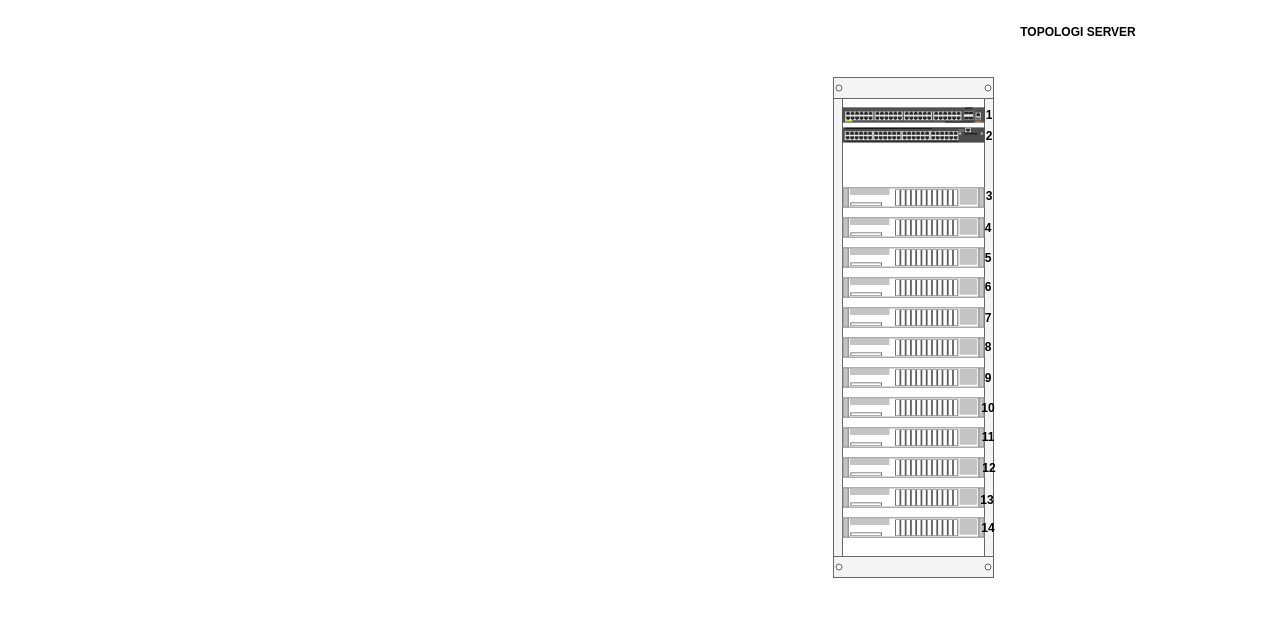
komandan/dupak keeps this draw.io diagram as bagan jaringan server.drawio. Above is the earlier version. Source tidied: cells renumbered, new cells numbered last; positions are measured from the earlier drawing's top-left corner, leaving out a move shared by most shapes. Both pictures are drawn from the tidied source at 100%, with x=0, y=0 at pixel (833, 17).
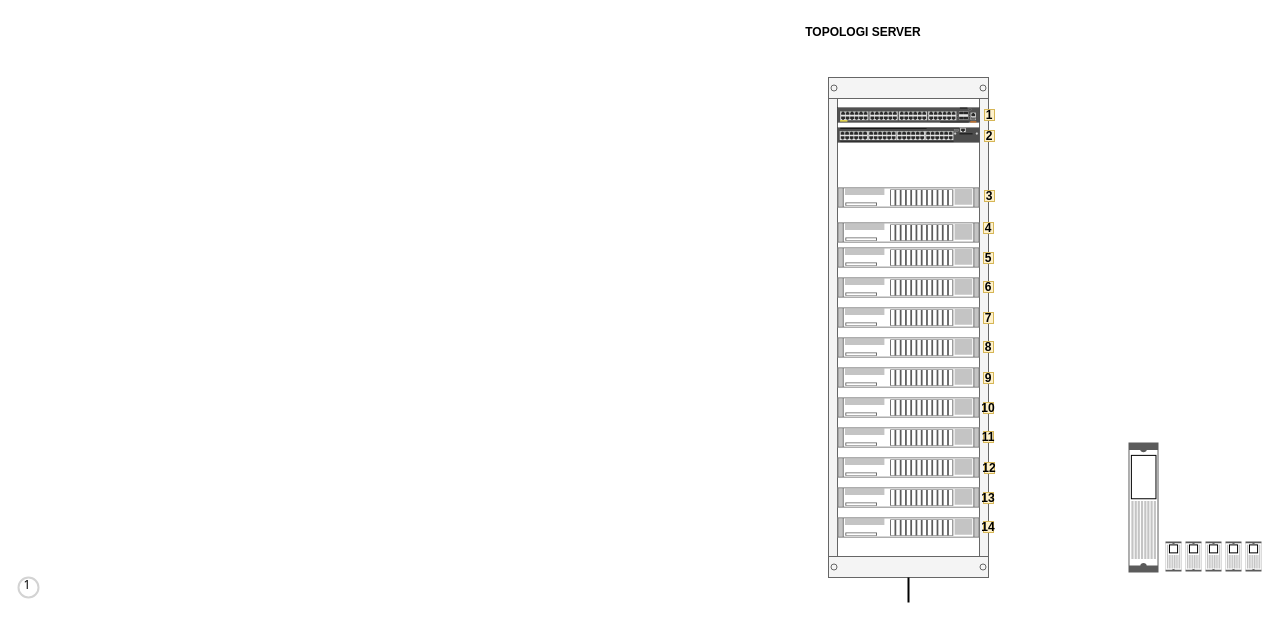
After the change.

Diff of the diagram source:
```diff
@@
     <mxCell id="2" value="TOPOLOGI SERVER " style="text;html=1;strokeColor=none;fillColor=none;align=center;verticalAlign=middle;whiteSpace=wrap;rounded=0;fontStyle=1;" parent="1" vertex="1">
-      <mxGeometry x="160" width="170" height="30" as="geometry" />
+      <mxGeometry x="-55" width="170" height="30" as="geometry" />
     </mxCell>
     <mxCell id="3" style="strokeColor=#666666;html=1;verticalLabelPosition=bottom;labelBackgroundColor=#ffffff;verticalAlign=top;shadow=0;dashed=0;shape=mxgraph.rackGeneral.container;allowGaps=1;textColor=#666666;numDisp=off;" parent="1" vertex="1">
-      <mxGeometry y="60" width="160" height="500" as="geometry" />
+      <mxGeometry x="-5" y="60" width="160" height="500" as="geometry" />
     </mxCell>
@@
     <mxCell id="6" style="shape=mxgraph.rack.ibm.ibm_x3750;html=1;labelPosition=right;align=left;spacingLeft=15;dashed=0;shadow=0;fillColor=#ffffff;" parent="3" vertex="1">
-      <mxGeometry x="9" y="140" width="142" height="20" as="geometry" />
+      <mxGeometry x="9" y="145" width="142" height="20" as="geometry" />
     </mxCell>
@@
-    <mxCell id="18" value="1" style="text;html=1;strokeColor=none;fillColor=none;align=center;verticalAlign=middle;whiteSpace=wrap;rounded=0;fontStyle=1;" parent="1" vertex="1">
+    <mxCell id="18" value="1" style="text;html=1;strokeColor=#d6b656;fillColor=#fff2cc;align=center;verticalAlign=middle;whiteSpace=wrap;rounded=0;fontStyle=1;" parent="1" vertex="1">
       <mxGeometry x="151" y="92" width="10" height="11" as="geometry" />
     </mxCell>
-    <mxCell id="19" value="&lt;div&gt;2&lt;/div&gt;" style="text;html=1;strokeColor=none;fillColor=none;align=center;verticalAlign=middle;whiteSpace=wrap;rounded=0;fontStyle=1;" parent="1" vertex="1">
+    <mxCell id="19" value="&lt;div&gt;2&lt;/div&gt;" style="text;html=1;strokeColor=#d6b656;fillColor=#fff2cc;align=center;verticalAlign=middle;whiteSpace=wrap;rounded=0;fontStyle=1;" parent="1" vertex="1">
       <mxGeometry x="151" y="113" width="10" height="11" as="geometry" />
     </mxCell>
-    <mxCell id="20" value="3" style="text;html=1;strokeColor=none;fillColor=none;align=center;verticalAlign=middle;whiteSpace=wrap;rounded=0;fontStyle=1;" parent="1" vertex="1">
+    <mxCell id="20" value="3" style="text;html=1;strokeColor=#d6b656;fillColor=#fff2cc;align=center;verticalAlign=middle;whiteSpace=wrap;rounded=0;fontStyle=1;" parent="1" vertex="1">
       <mxGeometry x="151" y="173" width="10" height="11" as="geometry" />
     </mxCell>
-    <mxCell id="21" value="4" style="text;html=1;strokeColor=none;fillColor=none;align=center;verticalAlign=middle;whiteSpace=wrap;rounded=0;fontStyle=1;" parent="1" vertex="1">
+    <mxCell id="21" value="4" style="text;html=1;strokeColor=#d6b656;fillColor=#fff2cc;align=center;verticalAlign=middle;whiteSpace=wrap;rounded=0;fontStyle=1;" parent="1" vertex="1">
       <mxGeometry x="150" y="205" width="10" height="11" as="geometry" />
     </mxCell>
-    <mxCell id="22" value="5" style="text;html=1;strokeColor=none;fillColor=none;align=center;verticalAlign=middle;whiteSpace=wrap;rounded=0;fontStyle=1;" parent="1" vertex="1">
+    <mxCell id="22" value="5" style="text;html=1;strokeColor=#d6b656;fillColor=#fff2cc;align=center;verticalAlign=middle;whiteSpace=wrap;rounded=0;fontStyle=1;" parent="1" vertex="1">
       <mxGeometry x="150" y="235" width="10" height="11" as="geometry" />
     </mxCell>
-    <mxCell id="23" value="6" style="text;html=1;strokeColor=none;fillColor=none;align=center;verticalAlign=middle;whiteSpace=wrap;rounded=0;fontStyle=1;" parent="1" vertex="1">
+    <mxCell id="23" value="6" style="text;html=1;strokeColor=#d6b656;fillColor=#fff2cc;align=center;verticalAlign=middle;whiteSpace=wrap;rounded=0;fontStyle=1;" parent="1" vertex="1">
       <mxGeometry x="150" y="264" width="10" height="11" as="geometry" />
     </mxCell>
-    <mxCell id="24" value="7" style="text;html=1;strokeColor=none;fillColor=none;align=center;verticalAlign=middle;whiteSpace=wrap;rounded=0;fontStyle=1;" parent="1" vertex="1">
+    <mxCell id="24" value="7" style="text;html=1;strokeColor=#d6b656;fillColor=#fff2cc;align=center;verticalAlign=middle;whiteSpace=wrap;rounded=0;fontStyle=1;" parent="1" vertex="1">
       <mxGeometry x="150" y="295" width="10" height="11" as="geometry" />
     </mxCell>
-    <mxCell id="25" value="8" style="text;html=1;strokeColor=none;fillColor=none;align=center;verticalAlign=middle;whiteSpace=wrap;rounded=0;fontStyle=1;" parent="1" vertex="1">
+    <mxCell id="25" value="8" style="text;html=1;strokeColor=#d6b656;fillColor=#fff2cc;align=center;verticalAlign=middle;whiteSpace=wrap;rounded=0;fontStyle=1;" parent="1" vertex="1">
       <mxGeometry x="150" y="324" width="10" height="11" as="geometry" />
     </mxCell>
-    <mxCell id="26" value="9" style="text;html=1;strokeColor=none;fillColor=none;align=center;verticalAlign=middle;whiteSpace=wrap;rounded=0;fontStyle=1;" parent="1" vertex="1">
+    <mxCell id="26" value="9" style="text;html=1;strokeColor=#d6b656;fillColor=#fff2cc;align=center;verticalAlign=middle;whiteSpace=wrap;rounded=0;fontStyle=1;" parent="1" vertex="1">
       <mxGeometry x="150" y="355" width="10" height="11" as="geometry" />
     </mxCell>
-    <mxCell id="27" value="10" style="text;html=1;strokeColor=none;fillColor=none;align=center;verticalAlign=middle;whiteSpace=wrap;rounded=0;fontStyle=1;" parent="1" vertex="1">
+    <mxCell id="27" value="10" style="text;html=1;strokeColor=#d6b656;fillColor=#fff2cc;align=center;verticalAlign=middle;whiteSpace=wrap;rounded=0;fontStyle=1;" parent="1" vertex="1">
       <mxGeometry x="150" y="385" width="10" height="11" as="geometry" />
     </mxCell>
-    <mxCell id="28" value="11" style="text;html=1;strokeColor=none;fillColor=none;align=center;verticalAlign=middle;whiteSpace=wrap;rounded=0;fontStyle=1;" parent="1" vertex="1">
+    <mxCell id="28" value="11" style="text;html=1;strokeColor=#d6b656;fillColor=#fff2cc;align=center;verticalAlign=middle;whiteSpace=wrap;rounded=0;fontStyle=1;" parent="1" vertex="1">
       <mxGeometry x="150" y="414" width="10" height="11" as="geometry" />
     </mxCell>
-    <mxCell id="29" value="14" style="text;html=1;strokeColor=none;fillColor=none;align=center;verticalAlign=middle;whiteSpace=wrap;rounded=0;fontStyle=1;" parent="1" vertex="1">
-      <mxGeometry x="150" y="505" width="10" height="11" as="geometry" />
+    <mxCell id="29" value="14" style="text;html=1;strokeColor=#d6b656;fillColor=#fff2cc;align=center;verticalAlign=middle;whiteSpace=wrap;rounded=0;fontStyle=1;" parent="1" vertex="1">
+      <mxGeometry x="150" y="504" width="10" height="11" as="geometry" />
     </mxCell>
-    <mxCell id="30" value="13" style="text;html=1;strokeColor=none;fillColor=none;align=center;verticalAlign=middle;whiteSpace=wrap;rounded=0;fontStyle=1;" parent="1" vertex="1">
-      <mxGeometry x="149" y="477" width="10" height="11" as="geometry" />
+    <mxCell id="30" value="13" style="text;html=1;strokeColor=#d6b656;fillColor=#fff2cc;align=center;verticalAlign=middle;whiteSpace=wrap;rounded=0;fontStyle=1;" parent="1" vertex="1">
+      <mxGeometry x="150" y="475" width="10" height="11" as="geometry" />
     </mxCell>
-    <mxCell id="31" value="12" style="text;html=1;strokeColor=none;fillColor=none;align=center;verticalAlign=middle;whiteSpace=wrap;rounded=0;fontStyle=1;" parent="1" vertex="1">
+    <mxCell id="31" value="12" style="text;html=1;strokeColor=#d6b656;fillColor=#fff2cc;align=center;verticalAlign=middle;whiteSpace=wrap;rounded=0;fontStyle=1;" parent="1" vertex="1">
       <mxGeometry x="151" y="445" width="10" height="11" as="geometry" />
     </mxCell>
+    <mxCell id="32" value="1" style="ellipse;whiteSpace=wrap;html=1;strokeWidth=2;fontFamily=Tahoma;spacingBottom=4;spacingRight=2;strokeColor=#d3d3d3;" parent="1" vertex="1">
+      <mxGeometry x="-815" y="560" width="20" height="20" as="geometry" />
+    </mxCell>
+    <mxCell id="33" style="shape=mxgraph.rack.apc.apc_smart_ups_1000-3000_va_2u;html=1;labelPosition=right;align=left;spacingLeft=15;dashed=0;shadow=0;fillColor=#ffffff;rotation=-90;" parent="1" vertex="1">
+      <mxGeometry x="245" y="475" width="130" height="30" as="geometry" />
+    </mxCell>
+    <mxCell id="34" style="shape=mxgraph.rack.apc.apc_smart_ups_5000_va_5u;html=1;labelPosition=right;align=left;spacingLeft=15;dashed=0;shadow=0;fillColor=#ffffff;rotation=-90;" parent="1" vertex="1">
+      <mxGeometry x="325" y="531" width="30" height="16" as="geometry" />
+    </mxCell>
+    <mxCell id="35" style="shape=mxgraph.rack.apc.apc_smart_ups_5000_va_5u;html=1;labelPosition=right;align=left;spacingLeft=15;dashed=0;shadow=0;fillColor=#ffffff;rotation=-90;" parent="1" vertex="1">
+      <mxGeometry x="345" y="531" width="30" height="16" as="geometry" />
+    </mxCell>
+    <mxCell id="36" style="shape=mxgraph.rack.apc.apc_smart_ups_5000_va_5u;html=1;labelPosition=right;align=left;spacingLeft=15;dashed=0;shadow=0;fillColor=#ffffff;rotation=-90;" parent="1" vertex="1">
+      <mxGeometry x="365" y="531" width="30" height="16" as="geometry" />
+    </mxCell>
+    <mxCell id="37" style="shape=mxgraph.rack.apc.apc_smart_ups_5000_va_5u;html=1;labelPosition=right;align=left;spacingLeft=15;dashed=0;shadow=0;fillColor=#ffffff;rotation=-90;" parent="1" vertex="1">
+      <mxGeometry x="385" y="531" width="30" height="16" as="geometry" />
+    </mxCell>
+    <mxCell id="38" style="shape=mxgraph.rack.apc.apc_smart_ups_5000_va_5u;html=1;labelPosition=right;align=left;spacingLeft=15;dashed=0;shadow=0;fillColor=#ffffff;rotation=-90;" parent="1" vertex="1">
+      <mxGeometry x="405" y="531" width="30" height="16" as="geometry" />
+    </mxCell>
+    <mxCell id="39" style="line;strokeWidth=2;html=1;rotation=90;" parent="1" vertex="1">
+      <mxGeometry x="62.5" y="567.5" width="25" height="10" as="geometry" />
+    </mxCell>
```
